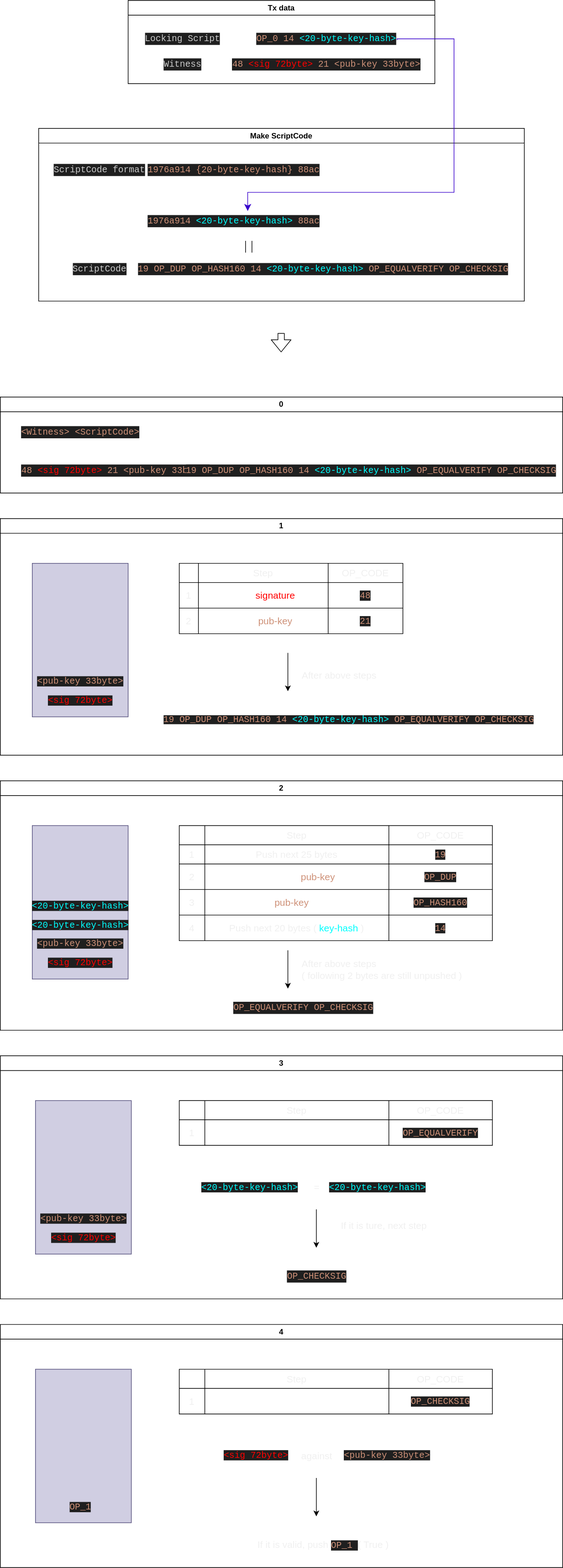
The draw.io diagram P01_bitcoin/img/process_p2wpkh.drawio.svg in blockchaininnovation/lecture, before a commit. Source tidied: cells renumbered, new cells last; positions are measured from the earlier drawing's top-left corner, leaving out a move shared by most shapes.
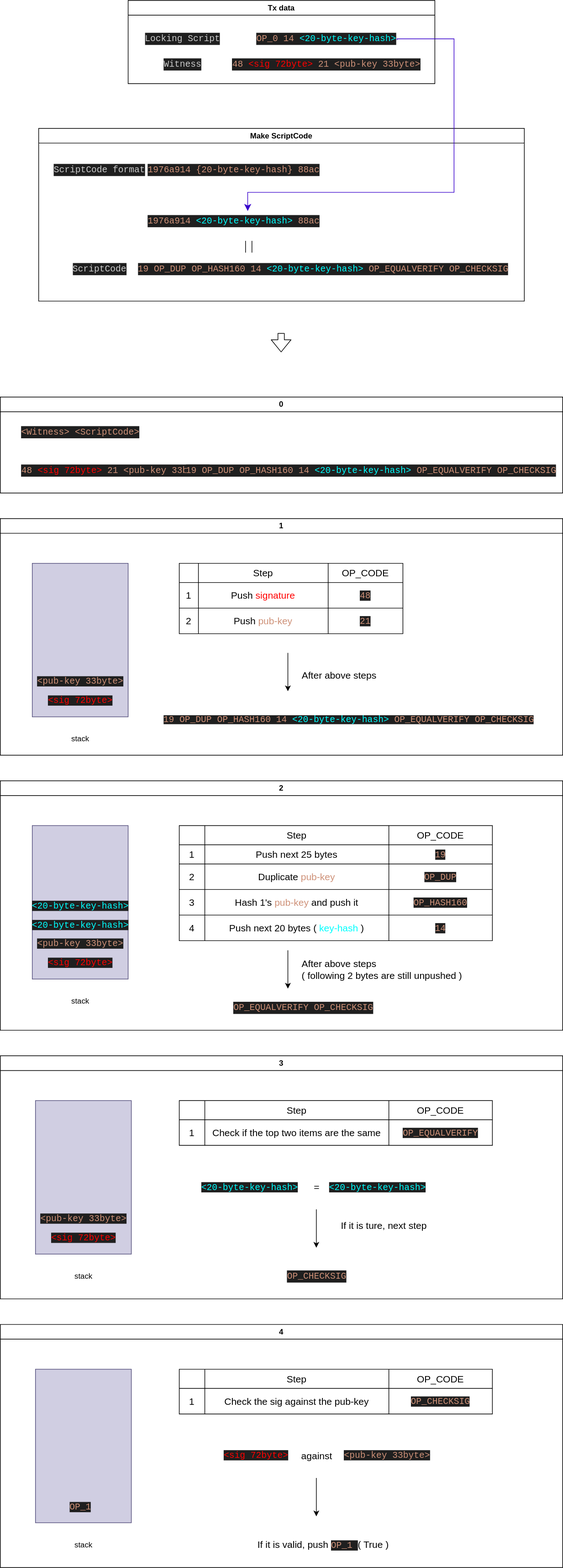
Above is the later version.

Commit message:
fix pic color

The edit, as a diff of the source:
```diff
@@ -86,3 +86,3 @@
     </mxCell>
-    <mxCell id="26" value="stack" style="text;html=1;align=center;verticalAlign=middle;strokeColor=none;fillColor=default;fontColor=#FFFFFF;" parent="21" vertex="1">
+    <mxCell id="26" value="stack" style="text;html=1;align=center;verticalAlign=middle;strokeColor=none;fillColor=default;fontColor=#000000;" parent="21" vertex="1">
       <mxGeometry x="100" y="330" width="50" height="30" as="geometry" />
@@ -98,6 +98,6 @@
     </mxCell>
-    <mxCell id="30" value="&lt;font color=&quot;#f0f0f0&quot;&gt;Step&lt;/font&gt;" style="shape=partialRectangle;html=1;whiteSpace=wrap;fillColor=none;top=0;left=0;bottom=0;right=0;overflow=hidden;fontSize=15;fontColor=#CE9178;" parent="28" vertex="1">
+    <mxCell id="30" value="&lt;font&gt;Step&lt;/font&gt;" style="shape=partialRectangle;html=1;whiteSpace=wrap;fillColor=none;top=0;left=0;bottom=0;right=0;overflow=hidden;fontSize=15;fontColor=#000000;" parent="28" vertex="1">
       <mxGeometry x="30" width="203" height="30" as="geometry" />
     </mxCell>
-    <mxCell id="31" value="&lt;font color=&quot;#f0f0f0&quot;&gt;OP_CODE&lt;/font&gt;" style="shape=partialRectangle;html=1;whiteSpace=wrap;fillColor=none;top=0;left=0;bottom=0;right=0;overflow=hidden;fontSize=15;fontColor=#CE9178;" parent="28" vertex="1">
+    <mxCell id="31" value="&lt;font&gt;OP_CODE&lt;/font&gt;" style="shape=partialRectangle;html=1;whiteSpace=wrap;fillColor=none;top=0;left=0;bottom=0;right=0;overflow=hidden;fontSize=15;fontColor=#000000;" parent="28" vertex="1">
       <mxGeometry x="233" width="117" height="30" as="geometry" />
@@ -107,6 +107,6 @@
     </mxCell>
-    <mxCell id="33" value="&lt;font color=&quot;#f0f0f0&quot;&gt;1&lt;/font&gt;" style="shape=partialRectangle;html=1;whiteSpace=wrap;fillColor=none;top=0;left=0;bottom=0;right=0;overflow=hidden;fontSize=15;fontColor=#CE9178;" parent="32" vertex="1">
+    <mxCell id="33" value="&lt;font&gt;1&lt;/font&gt;" style="shape=partialRectangle;html=1;whiteSpace=wrap;fillColor=none;top=0;left=0;bottom=0;right=0;overflow=hidden;fontSize=15;fontColor=#000000;" parent="32" vertex="1">
       <mxGeometry width="30" height="40" as="geometry" />
     </mxCell>
-    <mxCell id="34" value="&lt;span style=&quot;color: rgb(255, 255, 255);&quot;&gt;Push&amp;nbsp;&lt;/span&gt;&lt;font style=&quot;&quot; color=&quot;#ff0000&quot;&gt;signature&lt;/font&gt;" style="shape=partialRectangle;html=1;whiteSpace=wrap;fillColor=none;top=0;left=0;bottom=0;right=0;overflow=hidden;fontSize=15;fontColor=#CE9178;" parent="32" vertex="1">
+    <mxCell id="34" value="&lt;font color=&quot;#000000&quot;&gt;Push&amp;nbsp;&lt;/font&gt;&lt;font style=&quot;&quot; color=&quot;#ff0000&quot;&gt;signature&lt;/font&gt;" style="shape=partialRectangle;html=1;whiteSpace=wrap;fillColor=none;top=0;left=0;bottom=0;right=0;overflow=hidden;fontSize=15;fontColor=#CE9178;" parent="32" vertex="1">
       <mxGeometry x="30" width="203" height="40" as="geometry" />
@@ -119,6 +119,6 @@
     </mxCell>
-    <mxCell id="37" value="&lt;font color=&quot;#f0f0f0&quot;&gt;2&lt;/font&gt;" style="shape=partialRectangle;html=1;whiteSpace=wrap;fillColor=none;top=0;left=0;bottom=0;right=0;overflow=hidden;fontSize=15;fontColor=#CE9178;" parent="36" vertex="1">
+    <mxCell id="37" value="&lt;font&gt;2&lt;/font&gt;" style="shape=partialRectangle;html=1;whiteSpace=wrap;fillColor=none;top=0;left=0;bottom=0;right=0;overflow=hidden;fontSize=15;fontColor=#000000;" parent="36" vertex="1">
       <mxGeometry width="30" height="40" as="geometry" />
     </mxCell>
-    <mxCell id="38" value="&lt;span style=&quot;color: rgb(255, 255, 255);&quot;&gt;&amp;nbsp;Push&lt;/span&gt;&lt;font style=&quot;&quot; color=&quot;#ff3333&quot;&gt;&amp;nbsp;&lt;/font&gt;&lt;font style=&quot;&quot; color=&quot;#ce9178&quot;&gt;pub-key&lt;/font&gt;" style="shape=partialRectangle;html=1;whiteSpace=wrap;fillColor=none;top=0;left=0;bottom=0;right=0;overflow=hidden;fontSize=15;fontColor=#CE9178;align=center;" parent="36" vertex="1">
+    <mxCell id="38" value="&lt;span style=&quot;color: rgb(255, 255, 255);&quot;&gt;&amp;nbsp;&lt;/span&gt;&lt;font color=&quot;#000000&quot;&gt;Push&amp;nbsp;&lt;/font&gt;&lt;font style=&quot;&quot; color=&quot;#ce9178&quot;&gt;pub-key&lt;/font&gt;" style="shape=partialRectangle;html=1;whiteSpace=wrap;fillColor=none;top=0;left=0;bottom=0;right=0;overflow=hidden;fontSize=15;fontColor=#CE9178;align=center;" parent="36" vertex="1">
       <mxGeometry x="30" width="203" height="40" as="geometry" />
@@ -128,3 +128,3 @@
     </mxCell>
-    <mxCell id="40" value="After above steps" style="text;html=1;align=center;verticalAlign=middle;strokeColor=none;fillColor=default;fontSize=15;fontColor=#F0F0F0;" parent="21" vertex="1">
+    <mxCell id="40" value="After above steps" style="text;html=1;align=center;verticalAlign=middle;strokeColor=none;fillColor=default;fontSize=15;fontColor=#000000;" parent="21" vertex="1">
       <mxGeometry x="460" y="230" width="140" height="30" as="geometry" />
@@ -152,3 +152,3 @@
     </mxCell>
-    <mxCell id="47" value="stack" style="text;html=1;align=center;verticalAlign=middle;strokeColor=none;fillColor=default;fontColor=#FFFFFF;" parent="42" vertex="1">
+    <mxCell id="47" value="stack" style="text;html=1;align=center;verticalAlign=middle;strokeColor=none;fillColor=default;fontColor=#000000;" parent="42" vertex="1">
       <mxGeometry x="100" y="330" width="50" height="30" as="geometry" />
@@ -164,6 +164,6 @@
     </mxCell>
-    <mxCell id="51" value="&lt;font color=&quot;#f0f0f0&quot;&gt;Step&lt;/font&gt;" style="shape=partialRectangle;html=1;whiteSpace=wrap;fillColor=none;top=0;left=0;bottom=0;right=0;overflow=hidden;fontSize=15;fontColor=#CE9178;" parent="49" vertex="1">
+    <mxCell id="51" value="&lt;font&gt;Step&lt;/font&gt;" style="shape=partialRectangle;html=1;whiteSpace=wrap;fillColor=none;top=0;left=0;bottom=0;right=0;overflow=hidden;fontSize=15;fontColor=#000000;" parent="49" vertex="1">
       <mxGeometry x="40" width="288" height="30" as="geometry" />
     </mxCell>
-    <mxCell id="52" value="&lt;font color=&quot;#f0f0f0&quot;&gt;OP_CODE&lt;/font&gt;" style="shape=partialRectangle;html=1;whiteSpace=wrap;fillColor=none;top=0;left=0;bottom=0;right=0;overflow=hidden;fontSize=15;fontColor=#CE9178;" parent="49" vertex="1">
+    <mxCell id="52" value="&lt;font&gt;OP_CODE&lt;/font&gt;" style="shape=partialRectangle;html=1;whiteSpace=wrap;fillColor=none;top=0;left=0;bottom=0;right=0;overflow=hidden;fontSize=15;fontColor=#000000;" parent="49" vertex="1">
       <mxGeometry x="328" width="162" height="30" as="geometry" />
@@ -173,6 +173,6 @@
     </mxCell>
-    <mxCell id="54" value="&lt;font color=&quot;#f0f0f0&quot;&gt;1&lt;/font&gt;" style="shape=partialRectangle;html=1;whiteSpace=wrap;fillColor=none;top=0;left=0;bottom=0;right=0;overflow=hidden;fontSize=15;fontColor=#CE9178;" parent="53" vertex="1">
+    <mxCell id="54" value="&lt;font&gt;1&lt;/font&gt;" style="shape=partialRectangle;html=1;whiteSpace=wrap;fillColor=none;top=0;left=0;bottom=0;right=0;overflow=hidden;fontSize=15;fontColor=#000000;" parent="53" vertex="1">
       <mxGeometry width="40" height="30" as="geometry" />
     </mxCell>
-    <mxCell id="55" value="&lt;font color=&quot;#f0f0f0&quot;&gt;Push next 25 bytes&amp;nbsp;&lt;/font&gt;" style="shape=partialRectangle;html=1;whiteSpace=wrap;fillColor=none;top=0;left=0;bottom=0;right=0;overflow=hidden;fontSize=15;fontColor=#CE9178;" parent="53" vertex="1">
+    <mxCell id="55" value="&lt;font&gt;Push next 25 bytes&amp;nbsp;&lt;/font&gt;" style="shape=partialRectangle;html=1;whiteSpace=wrap;fillColor=none;top=0;left=0;bottom=0;right=0;overflow=hidden;fontSize=15;fontColor=#000000;" parent="53" vertex="1">
       <mxGeometry x="40" width="288" height="30" as="geometry" />
@@ -185,6 +185,6 @@
     </mxCell>
-    <mxCell id="58" value="&lt;font color=&quot;#f0f0f0&quot;&gt;2&lt;/font&gt;" style="shape=partialRectangle;html=1;whiteSpace=wrap;fillColor=none;top=0;left=0;bottom=0;right=0;overflow=hidden;fontSize=15;fontColor=#CE9178;" parent="57" vertex="1">
+    <mxCell id="58" value="&lt;font&gt;2&lt;/font&gt;" style="shape=partialRectangle;html=1;whiteSpace=wrap;fillColor=none;top=0;left=0;bottom=0;right=0;overflow=hidden;fontSize=15;fontColor=#000000;" parent="57" vertex="1">
       <mxGeometry width="40" height="40" as="geometry" />
     </mxCell>
-    <mxCell id="59" value="&lt;font color=&quot;#ffffff&quot;&gt;Duplicate&amp;nbsp;&lt;/font&gt;pub-key" style="shape=partialRectangle;html=1;whiteSpace=wrap;fillColor=none;top=0;left=0;bottom=0;right=0;overflow=hidden;fontSize=15;fontColor=#CE9178;" parent="57" vertex="1">
+    <mxCell id="59" value="&lt;font color=&quot;#000000&quot;&gt;Duplicate&amp;nbsp;&lt;/font&gt;pub-key" style="shape=partialRectangle;html=1;whiteSpace=wrap;fillColor=none;top=0;left=0;bottom=0;right=0;overflow=hidden;fontSize=15;fontColor=#CE9178;" parent="57" vertex="1">
       <mxGeometry x="40" width="288" height="40" as="geometry" />
@@ -197,6 +197,6 @@
     </mxCell>
-    <mxCell id="62" value="&lt;font color=&quot;#f0f0f0&quot;&gt;3&lt;/font&gt;" style="shape=partialRectangle;html=1;whiteSpace=wrap;fillColor=none;top=0;left=0;bottom=0;right=0;overflow=hidden;fontSize=15;fontColor=#CE9178;" parent="61" vertex="1">
+    <mxCell id="62" value="&lt;font&gt;3&lt;/font&gt;" style="shape=partialRectangle;html=1;whiteSpace=wrap;fillColor=none;top=0;left=0;bottom=0;right=0;overflow=hidden;fontSize=15;fontColor=#000000;" parent="61" vertex="1">
       <mxGeometry width="40" height="40" as="geometry" />
     </mxCell>
-    <mxCell id="63" value="&lt;font color=&quot;#ffffff&quot;&gt;Hash 1's&amp;nbsp;&lt;/font&gt;pub-key&amp;nbsp;&lt;font color=&quot;#ffffff&quot;&gt;and push it&lt;/font&gt;" style="shape=partialRectangle;html=1;whiteSpace=wrap;fillColor=none;top=0;left=0;bottom=0;right=0;overflow=hidden;fontSize=15;fontColor=#CE9178;align=center;" parent="61" vertex="1">
+    <mxCell id="63" value="&lt;font color=&quot;#000000&quot;&gt;Hash 1's&amp;nbsp;&lt;/font&gt;pub-key&amp;nbsp;&lt;font color=&quot;#000000&quot;&gt;and push it&lt;/font&gt;" style="shape=partialRectangle;html=1;whiteSpace=wrap;fillColor=none;top=0;left=0;bottom=0;right=0;overflow=hidden;fontSize=15;fontColor=#CE9178;align=center;" parent="61" vertex="1">
       <mxGeometry x="40" width="288" height="40" as="geometry" />
@@ -209,6 +209,6 @@
     </mxCell>
-    <mxCell id="66" value="&lt;font color=&quot;#f0f0f0&quot;&gt;4&lt;/font&gt;" style="shape=partialRectangle;html=1;whiteSpace=wrap;fillColor=none;top=0;left=0;bottom=0;right=0;overflow=hidden;fontSize=15;fontColor=#CE9178;" parent="65" vertex="1">
+    <mxCell id="66" value="&lt;font&gt;4&lt;/font&gt;" style="shape=partialRectangle;html=1;whiteSpace=wrap;fillColor=none;top=0;left=0;bottom=0;right=0;overflow=hidden;fontSize=15;fontColor=#000000;" parent="65" vertex="1">
       <mxGeometry width="40" height="40" as="geometry" />
     </mxCell>
-    <mxCell id="67" value="&lt;font color=&quot;#f0f0f0&quot;&gt;Push next 20 bytes (&lt;/font&gt;&lt;font color=&quot;#00ffff&quot;&gt;key-hash&lt;/font&gt;&lt;font color=&quot;#f0f0f0&quot;&gt;)&lt;/font&gt;" style="shape=partialRectangle;html=1;whiteSpace=wrap;fillColor=none;top=0;left=0;bottom=0;right=0;overflow=hidden;fontSize=15;fontColor=#CE9178;" parent="65" vertex="1">
+    <mxCell id="67" value="&lt;font color=&quot;#000000&quot;&gt;Push next 20 bytes (&lt;/font&gt;&lt;font color=&quot;#00ffff&quot;&gt;key-hash&lt;/font&gt;&lt;font color=&quot;#000000&quot;&gt;)&lt;/font&gt;" style="shape=partialRectangle;html=1;whiteSpace=wrap;fillColor=none;top=0;left=0;bottom=0;right=0;overflow=hidden;fontSize=15;fontColor=#CE9178;" parent="65" vertex="1">
       <mxGeometry x="40" width="288" height="40" as="geometry" />
@@ -218,3 +218,3 @@
     </mxCell>
-    <mxCell id="69" value="After above steps&lt;br&gt;( following 2 bytes are still unpushed )" style="text;html=1;align=left;verticalAlign=middle;strokeColor=none;fillColor=default;fontSize=15;fontColor=#F0F0F0;" parent="42" vertex="1">
+    <mxCell id="69" value="After above steps&lt;br&gt;( following 2 bytes are still unpushed )" style="text;html=1;align=left;verticalAlign=middle;strokeColor=none;fillColor=default;fontSize=15;fontColor=#000000;" parent="42" vertex="1">
       <mxGeometry x="470" y="270" width="270" height="50" as="geometry" />
@@ -245,6 +245,6 @@
     </mxCell>
-    <mxCell id="77" value="&lt;font color=&quot;#f0f0f0&quot;&gt;Step&lt;/font&gt;" style="shape=partialRectangle;html=1;whiteSpace=wrap;fillColor=none;top=0;left=0;bottom=0;right=0;overflow=hidden;fontSize=15;fontColor=#CE9178;" parent="75" vertex="1">
+    <mxCell id="77" value="&lt;font&gt;Step&lt;/font&gt;" style="shape=partialRectangle;html=1;whiteSpace=wrap;fillColor=none;top=0;left=0;bottom=0;right=0;overflow=hidden;fontSize=15;fontColor=#000000;" parent="75" vertex="1">
       <mxGeometry x="40" width="288" height="30" as="geometry" />
     </mxCell>
-    <mxCell id="78" value="&lt;font color=&quot;#f0f0f0&quot;&gt;OP_CODE&lt;/font&gt;" style="shape=partialRectangle;html=1;whiteSpace=wrap;fillColor=none;top=0;left=0;bottom=0;right=0;overflow=hidden;fontSize=15;fontColor=#CE9178;" parent="75" vertex="1">
+    <mxCell id="78" value="&lt;font&gt;OP_CODE&lt;/font&gt;" style="shape=partialRectangle;html=1;whiteSpace=wrap;fillColor=none;top=0;left=0;bottom=0;right=0;overflow=hidden;fontSize=15;fontColor=#000000;" parent="75" vertex="1">
       <mxGeometry x="328" width="162" height="30" as="geometry" />
@@ -254,6 +254,6 @@
     </mxCell>
-    <mxCell id="80" value="&lt;font color=&quot;#f0f0f0&quot;&gt;1&lt;/font&gt;" style="shape=partialRectangle;html=1;whiteSpace=wrap;fillColor=none;top=0;left=0;bottom=0;right=0;overflow=hidden;fontSize=15;fontColor=#CE9178;" parent="79" vertex="1">
+    <mxCell id="80" value="&lt;font&gt;1&lt;/font&gt;" style="shape=partialRectangle;html=1;whiteSpace=wrap;fillColor=none;top=0;left=0;bottom=0;right=0;overflow=hidden;fontSize=15;fontColor=#000000;" parent="79" vertex="1">
       <mxGeometry width="40" height="40" as="geometry" />
     </mxCell>
-    <mxCell id="81" value="&lt;font color=&quot;#ffffff&quot;&gt;Check if the top two items are the same&lt;/font&gt;" style="shape=partialRectangle;html=1;whiteSpace=wrap;fillColor=none;top=0;left=0;bottom=0;right=0;overflow=hidden;fontSize=15;fontColor=#CE9178;" parent="79" vertex="1">
+    <mxCell id="81" value="&lt;font&gt;Check if the top two items are the same&lt;/font&gt;" style="shape=partialRectangle;html=1;whiteSpace=wrap;fillColor=none;top=0;left=0;bottom=0;right=0;overflow=hidden;fontSize=15;fontColor=#000000;" parent="79" vertex="1">
       <mxGeometry x="40" width="288" height="40" as="geometry" />
@@ -263,3 +263,3 @@
     </mxCell>
-    <mxCell id="83" value="If it is ture, next step" style="text;html=1;align=center;verticalAlign=middle;strokeColor=none;fillColor=default;fontSize=15;fontColor=#F0F0F0;" parent="73" vertex="1">
+    <mxCell id="83" value="If it is ture, next step" style="text;html=1;align=center;verticalAlign=middle;strokeColor=none;fillColor=default;fontSize=15;fontColor=#000000;" parent="73" vertex="1">
       <mxGeometry x="520" y="250" width="160" height="30" as="geometry" />
@@ -275,3 +275,3 @@
     </mxCell>
-    <mxCell id="87" value="stack" style="text;html=1;align=center;verticalAlign=middle;strokeColor=none;fillColor=default;fontColor=#FFFFFF;" parent="73" vertex="1">
+    <mxCell id="87" value="stack" style="text;html=1;align=center;verticalAlign=middle;strokeColor=none;fillColor=default;fontColor=#000000;" parent="73" vertex="1">
       <mxGeometry x="105" y="330" width="50" height="30" as="geometry" />
@@ -293,3 +293,3 @@
     </mxCell>
-    <mxCell id="92" value="=" style="text;html=1;align=center;verticalAlign=middle;strokeColor=none;fillColor=default;fontSize=15;fontColor=#F0F0F0;" parent="73" vertex="1">
+    <mxCell id="92" value="=" style="text;html=1;align=center;verticalAlign=middle;strokeColor=none;fillColor=default;fontSize=15;fontColor=#000000;" parent="73" vertex="1">
       <mxGeometry x="480" y="190" width="30" height="30" as="geometry" />
@@ -308,6 +308,6 @@
     </mxCell>
-    <mxCell id="97" value="&lt;font color=&quot;#f0f0f0&quot;&gt;Step&lt;/font&gt;" style="shape=partialRectangle;html=1;whiteSpace=wrap;fillColor=none;top=0;left=0;bottom=0;right=0;overflow=hidden;fontSize=15;fontColor=#CE9178;" parent="95" vertex="1">
+    <mxCell id="97" value="&lt;font&gt;Step&lt;/font&gt;" style="shape=partialRectangle;html=1;whiteSpace=wrap;fillColor=none;top=0;left=0;bottom=0;right=0;overflow=hidden;fontSize=15;fontColor=#000000;" parent="95" vertex="1">
       <mxGeometry x="40" width="288" height="30" as="geometry" />
     </mxCell>
-    <mxCell id="98" value="&lt;font color=&quot;#f0f0f0&quot;&gt;OP_CODE&lt;/font&gt;" style="shape=partialRectangle;html=1;whiteSpace=wrap;fillColor=none;top=0;left=0;bottom=0;right=0;overflow=hidden;fontSize=15;fontColor=#CE9178;" parent="95" vertex="1">
+    <mxCell id="98" value="&lt;font&gt;OP_CODE&lt;/font&gt;" style="shape=partialRectangle;html=1;whiteSpace=wrap;fillColor=none;top=0;left=0;bottom=0;right=0;overflow=hidden;fontSize=15;fontColor=#000000;" parent="95" vertex="1">
       <mxGeometry x="328" width="162" height="30" as="geometry" />
@@ -317,6 +317,6 @@
     </mxCell>
-    <mxCell id="100" value="&lt;font color=&quot;#f0f0f0&quot;&gt;1&lt;/font&gt;" style="shape=partialRectangle;html=1;whiteSpace=wrap;fillColor=none;top=0;left=0;bottom=0;right=0;overflow=hidden;fontSize=15;fontColor=#CE9178;" parent="99" vertex="1">
+    <mxCell id="100" value="&lt;font&gt;1&lt;/font&gt;" style="shape=partialRectangle;html=1;whiteSpace=wrap;fillColor=none;top=0;left=0;bottom=0;right=0;overflow=hidden;fontSize=15;fontColor=#000000;" parent="99" vertex="1">
       <mxGeometry width="40" height="40" as="geometry" />
     </mxCell>
-    <mxCell id="101" value="&lt;font color=&quot;#ffffff&quot;&gt;Check the sig against the pub-key&lt;/font&gt;" style="shape=partialRectangle;html=1;whiteSpace=wrap;fillColor=none;top=0;left=0;bottom=0;right=0;overflow=hidden;fontSize=15;fontColor=#CE9178;" parent="99" vertex="1">
+    <mxCell id="101" value="&lt;font&gt;Check the sig against the pub-key&lt;/font&gt;" style="shape=partialRectangle;html=1;whiteSpace=wrap;fillColor=none;top=0;left=0;bottom=0;right=0;overflow=hidden;fontSize=15;fontColor=#000000;" parent="99" vertex="1">
       <mxGeometry x="40" width="288" height="40" as="geometry" />
@@ -326,3 +326,3 @@
     </mxCell>
-    <mxCell id="103" value="If it is valid, push&amp;nbsp;&lt;span style=&quot;color: rgb(206, 145, 120); font-family: Consolas, &amp;quot;Courier New&amp;quot;, monospace; font-size: 14px; background-color: rgb(31, 31, 31);&quot;&gt;OP_1&amp;nbsp;&lt;/span&gt;( True )" style="text;html=1;align=center;verticalAlign=middle;strokeColor=none;fillColor=default;fontSize=15;fontColor=#F0F0F0;" parent="93" vertex="1">
+    <mxCell id="103" value="&lt;font color=&quot;#000000&quot;&gt;If it is valid, push&lt;/font&gt;&amp;nbsp;&lt;span style=&quot;color: rgb(206, 145, 120); font-family: Consolas, &amp;quot;Courier New&amp;quot;, monospace; font-size: 14px; background-color: rgb(31, 31, 31);&quot;&gt;OP_1&amp;nbsp;&lt;/span&gt;&lt;font color=&quot;#000000&quot;&gt;( True )&lt;/font&gt;" style="text;html=1;align=center;verticalAlign=middle;strokeColor=none;fillColor=default;fontSize=15;fontColor=#F0F0F0;" parent="93" vertex="1">
       <mxGeometry x="390" y="330" width="230" height="30" as="geometry" />
@@ -335,3 +335,3 @@
     </mxCell>
-    <mxCell id="106" value="stack" style="text;html=1;align=center;verticalAlign=middle;strokeColor=none;fillColor=default;fontColor=#FFFFFF;" parent="93" vertex="1">
+    <mxCell id="106" value="stack" style="text;html=1;align=center;verticalAlign=middle;strokeColor=none;fillColor=default;fontColor=#000000;" parent="93" vertex="1">
       <mxGeometry x="105" y="330" width="50" height="30" as="geometry" />
@@ -347,3 +347,3 @@
     </mxCell>
-    <mxCell id="109" value="against" style="text;html=1;align=center;verticalAlign=middle;strokeColor=none;fillColor=default;fontSize=15;fontColor=#F0F0F0;" parent="93" vertex="1">
+    <mxCell id="109" value="against" style="text;html=1;align=center;verticalAlign=middle;strokeColor=none;fillColor=default;fontSize=15;fontColor=#000000;" parent="93" vertex="1">
       <mxGeometry x="460" y="190" width="70" height="30" as="geometry" />
```
